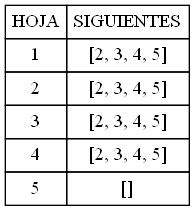
jona1403/Analizador-de-expresiones-1 keeps this Graphviz diagram as SIGUIENTES_201903004/SiguientesExpReg1.png. Above is the earlier version. Its source is kept beside it as SIGUIENTES_201903004/SiguientesExpReg1.dot. Source of this version:
```dot
 digraph html {
abc [shape=none, margin=0, label=<
<TABLE BORDER="0" CELLBORDER="1" CELLSPACING="0" CELLPADDING="4"><tr><td>HOJA</td><td>SIGUIENTES</td></tr><tr><td>1</td><td>[2, 3, 4, 5]</td></tr><tr><td>2</td><td>[2, 3, 4, 5]</td></tr><tr><td>3</td><td>[2, 3, 4, 5]</td></tr><tr><td>4</td><td>[2, 3, 4, 5]</td></tr><tr><td>5</td><td>[]</td></tr></TABLE>>];
}
```
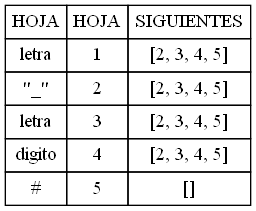
After the commit.

The edit, as a diff of the source:
```diff
@@ -1,4 +1,4 @@
  digraph html {
 abc [shape=none, margin=0, label=<
-<TABLE BORDER="0" CELLBORDER="1" CELLSPACING="0" CELLPADDING="4"><tr><td>HOJA</td><td>SIGUIENTES</td></tr><tr><td>1</td><td>[2, 3, 4, 5]</td></tr><tr><td>2</td><td>[2, 3, 4, 5]</td></tr><tr><td>3</td><td>[2, 3, 4, 5]</td></tr><tr><td>4</td><td>[2, 3, 4, 5]</td></tr><tr><td>5</td><td>[]</td></tr></TABLE>>];
+<TABLE BORDER="0" CELLBORDER="1" CELLSPACING="0" CELLPADDING="4"><tr><td>HOJA</td><td>HOJA</td><td>SIGUIENTES</td></tr><tr><td>letra</td><td>1</td><td>[2, 3, 4, 5]</td></tr><tr><td>"_"</td><td>2</td><td>[2, 3, 4, 5]</td></tr><tr><td>letra</td><td>3</td><td>[2, 3, 4, 5]</td></tr><tr><td>digito</td><td>4</td><td>[2, 3, 4, 5]</td></tr><tr><td>#</td><td>5</td><td>[]</td></tr></TABLE>>];
 }
```
